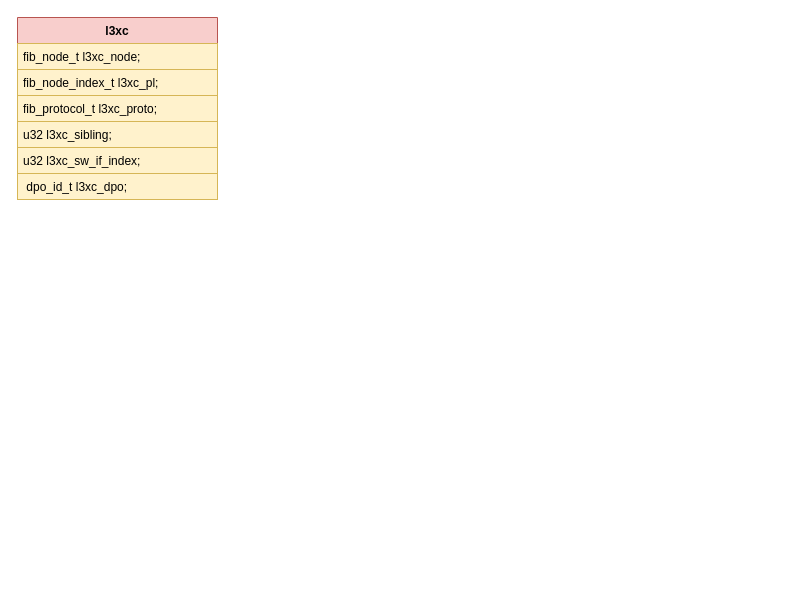
Above: new_map/l3xc.drawio in jin13417/dpdk-vpp-learning (draw.io), before the change. Source tidied: cells renumbered, new cells numbered last; positions are measured from the earlier drawing's top-left corner, leaving out a move shared by most shapes. Both pictures are drawn from the tidied source at 100%, with x=0, y=0 at pixel (17, 17).
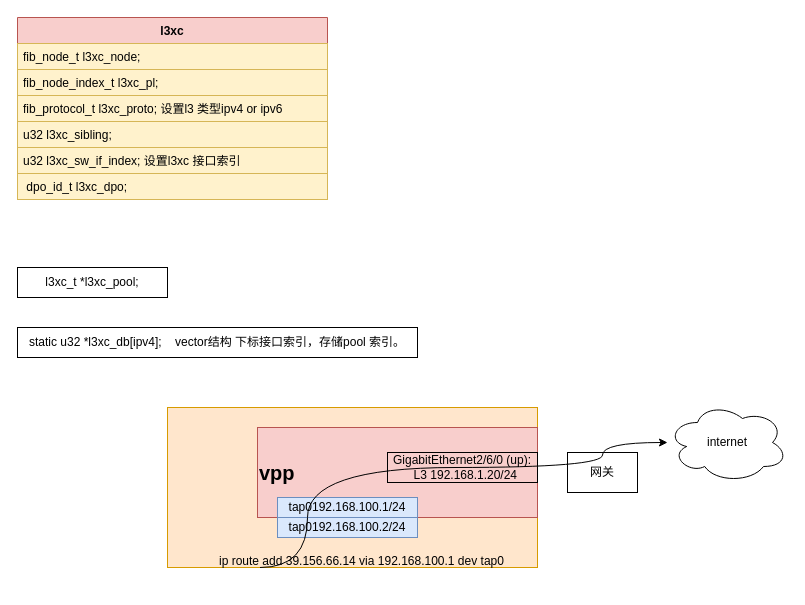
After the change.

What changed in the source:
```diff
@@
+    <mxCell id="9" style="rounded=0;whiteSpace=wrap;html=1;fillColor=#ffe6cc;strokeColor=#d79b00;" parent="1" vertex="1">
+      <mxGeometry x="150" y="390" width="370" height="160" as="geometry" />
+    </mxCell>
     <mxCell id="2" value="l3xc" style="swimlane;fontStyle=1;align=center;verticalAlign=top;horizontal=1;startSize=26;whiteSpace=wrap;html=1;fillColor=#f8cecc;strokeColor=#b85450;" parent="1" vertex="1">
-      <mxGeometry width="200" height="182" as="geometry" />
+      <mxGeometry width="310" height="182" as="geometry" />
     </mxCell>
     <mxCell id="3" value="fib_node_t l3xc_node;" style="text;strokeColor=#d6b656;fillColor=#fff2cc;align=left;verticalAlign=top;spacingLeft=4;spacingRight=4;overflow=hidden;whiteSpace=wrap;html=1;" parent="2" vertex="1">
-      <mxGeometry y="26" width="200" height="26" as="geometry" />
+      <mxGeometry y="26" width="310" height="26" as="geometry" />
     </mxCell>
     <mxCell id="4" value="fib_node_index_t l3xc_pl;" style="text;strokeColor=#d6b656;fillColor=#fff2cc;align=left;verticalAlign=top;spacingLeft=4;spacingRight=4;overflow=hidden;whiteSpace=wrap;html=1;" parent="2" vertex="1">
-      <mxGeometry y="52" width="200" height="26" as="geometry" />
+      <mxGeometry y="52" width="310" height="26" as="geometry" />
     </mxCell>
-    <mxCell id="5" value="fib_protocol_t l3xc_proto;" style="text;strokeColor=#d6b656;fillColor=#fff2cc;align=left;verticalAlign=top;spacingLeft=4;spacingRight=4;overflow=hidden;whiteSpace=wrap;html=1;" parent="2" vertex="1">
-      <mxGeometry y="78" width="200" height="26" as="geometry" />
+    <mxCell id="5" value="fib_protocol_t l3xc_proto; 设置l3 类型ipv4 or ipv6" style="text;strokeColor=#d6b656;fillColor=#fff2cc;align=left;verticalAlign=top;spacingLeft=4;spacingRight=4;overflow=hidden;whiteSpace=wrap;html=1;" parent="2" vertex="1">
+      <mxGeometry y="78" width="310" height="26" as="geometry" />
     </mxCell>
     <mxCell id="6" value="u32 l3xc_sibling;" style="text;strokeColor=#d6b656;fillColor=#fff2cc;align=left;verticalAlign=top;spacingLeft=4;spacingRight=4;overflow=hidden;whiteSpace=wrap;html=1;" parent="2" vertex="1">
-      <mxGeometry y="104" width="200" height="26" as="geometry" />
+      <mxGeometry y="104" width="310" height="26" as="geometry" />
     </mxCell>
-    <mxCell id="7" value="u32 l3xc_sw_if_index;" style="text;strokeColor=#d6b656;fillColor=#fff2cc;align=left;verticalAlign=top;spacingLeft=4;spacingRight=4;overflow=hidden;whiteSpace=wrap;html=1;" parent="2" vertex="1">
-      <mxGeometry y="130" width="200" height="26" as="geometry" />
+    <mxCell id="7" value="u32 l3xc_sw_if_index; 设置l3xc 接口索引" style="text;strokeColor=#d6b656;fillColor=#fff2cc;align=left;verticalAlign=top;spacingLeft=4;spacingRight=4;overflow=hidden;whiteSpace=wrap;html=1;" parent="2" vertex="1">
+      <mxGeometry y="130" width="310" height="26" as="geometry" />
     </mxCell>
     <mxCell id="8" value="&amp;nbsp;dpo_id_t l3xc_dpo;" style="text;strokeColor=#d6b656;fillColor=#fff2cc;align=left;verticalAlign=top;spacingLeft=4;spacingRight=4;overflow=hidden;whiteSpace=wrap;html=1;" parent="2" vertex="1">
-      <mxGeometry y="156" width="200" height="26" as="geometry" />
+      <mxGeometry y="156" width="310" height="26" as="geometry" />
     </mxCell>
+    <mxCell id="10" value="l3xc_t *l3xc_pool;" style="text;html=1;strokeColor=default;fillColor=none;align=center;verticalAlign=middle;whiteSpace=wrap;rounded=0;" parent="1" vertex="1">
+      <mxGeometry y="250" width="150" height="30" as="geometry" />
+    </mxCell>
+    <mxCell id="11" value="static u32 *l3xc_db[ipv4];&amp;nbsp; &amp;nbsp; vector结构 下标接口索引，存储pool 索引。" style="text;html=1;strokeColor=default;fillColor=none;align=center;verticalAlign=middle;whiteSpace=wrap;rounded=0;" parent="1" vertex="1">
+      <mxGeometry y="310" width="400" height="30" as="geometry" />
+    </mxCell>
+    <mxCell id="12" value="internet" style="ellipse;shape=cloud;whiteSpace=wrap;html=1;" parent="1" vertex="1">
+      <mxGeometry x="650" y="385" width="120" height="80" as="geometry" />
+    </mxCell>
+    <mxCell id="13" value="&lt;div style=&quot;text-align: justify;&quot;&gt;&lt;span style=&quot;font-size: 20px; background-color: initial;&quot;&gt;&lt;b&gt;vpp&lt;/b&gt;&lt;/span&gt;&lt;/div&gt;" style="rounded=0;whiteSpace=wrap;html=1;fillColor=#f8cecc;strokeColor=#b85450;align=left;" parent="1" vertex="1">
+      <mxGeometry x="240" y="410" width="280" height="90" as="geometry" />
+    </mxCell>
+    <mxCell id="14" value="&lt;div&gt;GigabitEthernet2/6/0 (up):&lt;/div&gt;&lt;div&gt;&amp;nbsp; L3 192.168.1.20/24&lt;/div&gt;" style="text;html=1;strokeColor=default;fillColor=none;align=center;verticalAlign=middle;whiteSpace=wrap;rounded=0;" parent="1" vertex="1">
+      <mxGeometry x="370" y="435" width="150" height="30" as="geometry" />
+    </mxCell>
+    <mxCell id="15" value="tap0192.168.100.1/24" style="text;html=1;strokeColor=#6c8ebf;fillColor=#dae8fc;align=center;verticalAlign=middle;whiteSpace=wrap;rounded=0;" parent="1" vertex="1">
+      <mxGeometry x="260" y="480" width="140" height="20" as="geometry" />
+    </mxCell>
+    <mxCell id="16" value="tap0192.168.100.2/24" style="text;html=1;strokeColor=#6c8ebf;fillColor=#dae8fc;align=center;verticalAlign=middle;whiteSpace=wrap;rounded=0;" parent="1" vertex="1">
+      <mxGeometry x="260" y="500" width="140" height="20" as="geometry" />
+    </mxCell>
+    <mxCell id="17" value="网关" style="rounded=0;whiteSpace=wrap;html=1;" parent="1" vertex="1">
+      <mxGeometry x="550" y="435" width="70" height="40" as="geometry" />
+    </mxCell>
+    <mxCell id="18" style="edgeStyle=orthogonalEdgeStyle;curved=1;rounded=0;jettySize=auto;html=1;exitX=0.25;exitY=1;exitDx=0;exitDy=0;" parent="1" edge="1" source="9" target="12">
+      <mxGeometry relative="1" as="geometry">
+        <Array as="points">
+          <mxPoint x="290" y="550" />
+          <mxPoint x="290" y="450" />
+          <mxPoint x="585" y="450" />
+          <mxPoint x="585" y="425" />
+        </Array>
+      </mxGeometry>
+    </mxCell>
+    <mxCell id="19" value="ip route add 39.156.66.14 via 192.168.100.1 dev tap0" style="text;whiteSpace=wrap;html=1;" parent="1" vertex="1">
+      <mxGeometry x="200" y="530" width="320" height="40" as="geometry" />
+    </mxCell>
```
